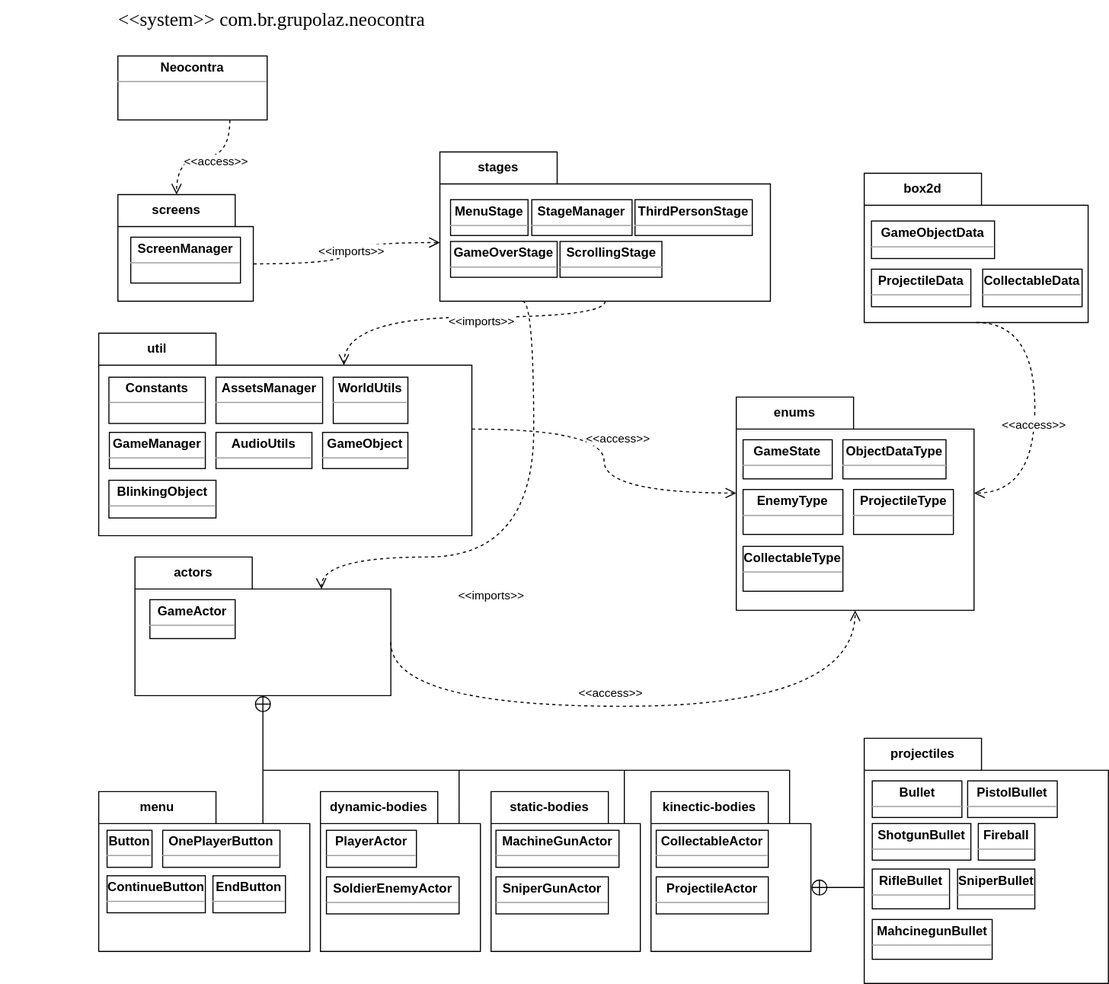
This is PACKAGE_DIAGRAM.svg from victorZoro/neocontra.grupolaz.lp2, a draw.io export, as it was before one commit. Source tidied: cells renumbered, new cells last; positions are measured from the earlier drawing's top-left corner, leaving out a move shared by most shapes.
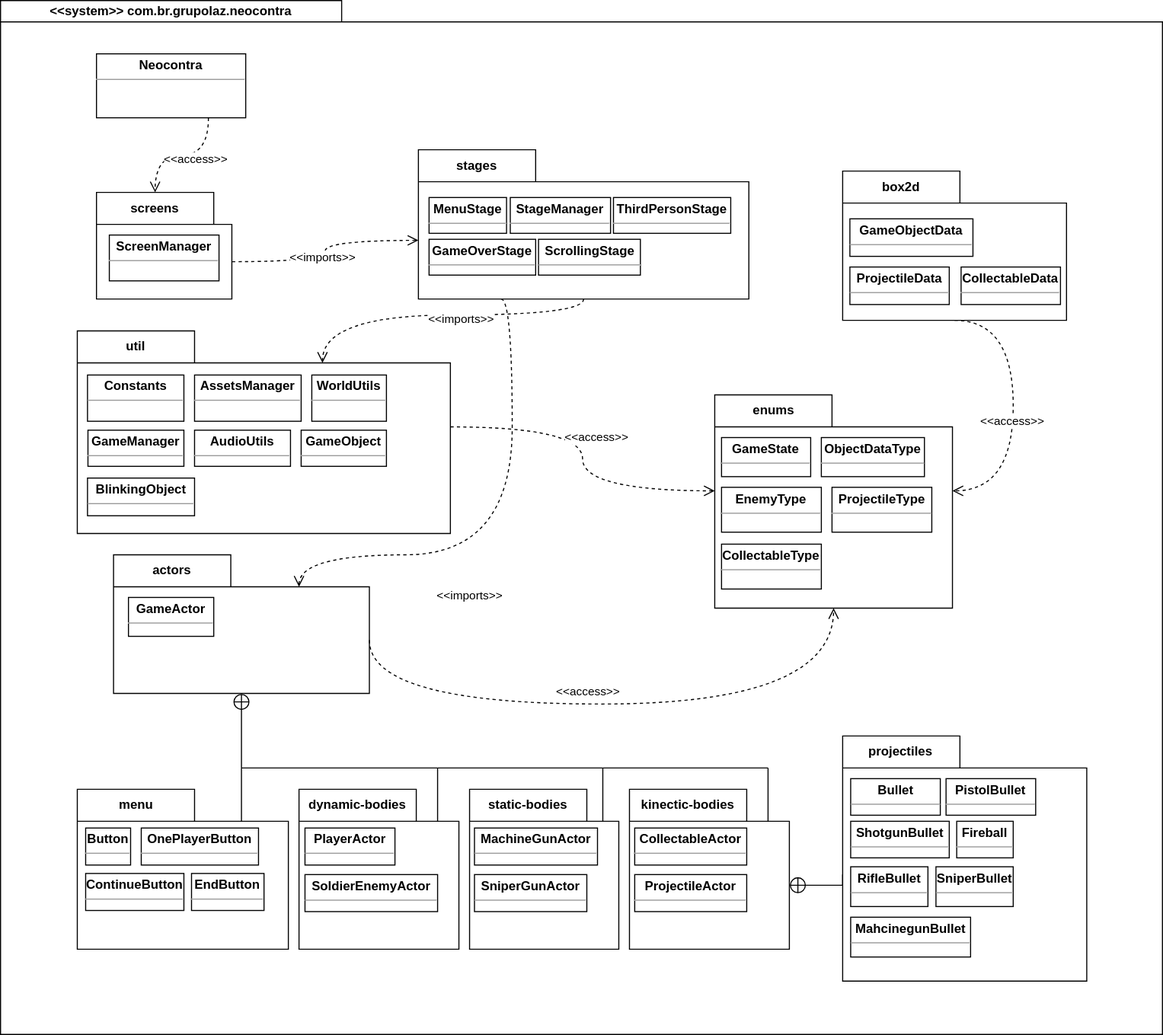
Above is the later version.

What changed in the source:
```diff
@@ -2,9 +2,14 @@
   <root>
     <mxCell id="0" />
     <mxCell id="1" parent="0" />
-    <mxCell id="2" value="&lt;font style=&quot;font-size: 18px;&quot;&gt;&amp;lt;&amp;lt;system&amp;gt;&amp;gt; com.br.grupolaz.neocontra&lt;/font&gt;" style="text;html=1;align=center;verticalAlign=middle;spacingTop=-4;fontSize=10;fontFamily=Verdana;labelBackgroundColor=none;fillColor=none;" parent="1" vertex="1">
-      <mxGeometry width="508" height="40" as="geometry" />
+    <mxCell id="2" value="&amp;lt;&amp;lt;system&amp;gt;&amp;gt; com.br.grupolaz.neocontra" style="shape=folder;fontStyle=1;tabWidth=320;tabHeight=20;tabPosition=left;html=1;boundedLbl=1;labelInHeader=1;whiteSpace=wrap;labelBackgroundColor=none;" parent="1" vertex="1">
+      <mxGeometry x="20" y="2" width="1090" height="970" as="geometry" />
     </mxCell>
+    <mxCell id="94" style="html=1;strokeColor=none;fillColor=none;whiteSpace=wrap;labelBackgroundColor=none;" parent="2" vertex="1">
+      <mxGeometry width="1090" height="664.6" relative="1" as="geometry">
+        <mxPoint y="30" as="offset" />
+      </mxGeometry>
+    </mxCell>
     <mxCell id="3" value="&lt;p style=&quot;margin:0px;margin-top:4px;text-align:center;&quot;&gt;&lt;b&gt;Neocontra&lt;/b&gt;&lt;/p&gt;&lt;hr size=&quot;1&quot;&gt;&lt;div style=&quot;height:2px;&quot;&gt;&lt;/div&gt;" style="verticalAlign=top;align=left;overflow=fill;fontSize=12;fontFamily=Helvetica;html=1;whiteSpace=wrap;labelBackgroundColor=none;" parent="1" vertex="1">
       <mxGeometry x="110" y="52" width="140" height="60" as="geometry" />
     </mxCell>
```
